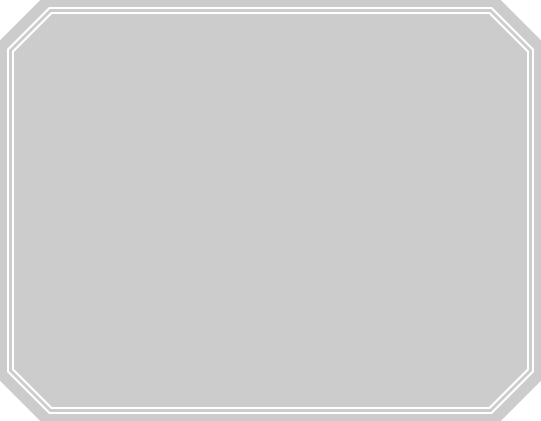
Above: Assets/LyrianContainer.png in Morrocker/LyrianChroniclesRoll20 (draw.io), before the change. Source tidied: cells renumbered, new cells last; positions are measured from the earlier drawing's top-left corner, leaving out a move shared by most shapes. The source it was exported from:
```xml
<mxGraphModel>
  <root>
    <mxCell id="0" />
    <mxCell id="1" parent="0" />
    <mxCell id="2" style="rhombus;whiteSpace=wrap;html=1;fillColor=light-dark(#FFFFFF,#CCCCCC);strokeColor=light-dark(#000000,#CCCCCC);" parent="1" vertex="1">
      <mxGeometry y="340" width="80" height="80" as="geometry" />
    </mxCell>
    <mxCell id="3" style="rhombus;whiteSpace=wrap;html=1;fillColor=light-dark(#FFFFFF,#CCCCCC);strokeColor=light-dark(#000000,#CCCCCC);" parent="1" vertex="1">
      <mxGeometry width="80" height="80" as="geometry" />
    </mxCell>
    <mxCell id="4" style="rhombus;whiteSpace=wrap;html=1;fillColor=light-dark(#FFFFFF,#CCCCCC);strokeColor=light-dark(#000000,#CCCCCC);" parent="1" vertex="1">
      <mxGeometry x="460" width="80" height="80" as="geometry" />
    </mxCell>
    <mxCell id="5" style="rounded=0;whiteSpace=wrap;html=1;fillColor=light-dark(#FFFFFF,#CCCCCC);strokeColor=light-dark(#000000,#CCCCCC);" parent="1" vertex="1">
      <mxGeometry y="40" width="540" height="340" as="geometry" />
    </mxCell>
    <mxCell id="6" style="rounded=0;whiteSpace=wrap;html=1;fillColor=light-dark(#FFFFFF,#CCCCCC);strokeColor=light-dark(#000000,#CCCCCC);" parent="1" vertex="1">
      <mxGeometry x="40" width="460" height="420" as="geometry" />
    </mxCell>
    <mxCell id="7" style="rhombus;whiteSpace=wrap;html=1;fillColor=light-dark(#FFFFFF,#CCCCCC);strokeColor=light-dark(#000000,#CCCCCC);" parent="1" vertex="1">
      <mxGeometry x="460" y="340" width="80" height="80" as="geometry" />
    </mxCell>
    <mxCell id="8" style="endArrow=none;html=1;rounded=0;shape=link;strokeWidth=2;" parent="1" edge="1">
      <mxGeometry relative="1" as="geometry">
        <mxPoint x="120" y="10" as="sourcePoint" />
        <mxPoint x="180" y="10" as="targetPoint" />
        <Array as="points">
          <mxPoint x="490" y="10" />
          <mxPoint x="530" y="50" />
          <mxPoint x="530" y="370" />
          <mxPoint x="490" y="410" />
          <mxPoint x="50" y="410" />
          <mxPoint x="10" y="370" />
          <mxPoint x="10" y="50" />
          <mxPoint x="50" y="10" />
        </Array>
      </mxGeometry>
    </mxCell>
  </root>
</mxGraphModel>
```
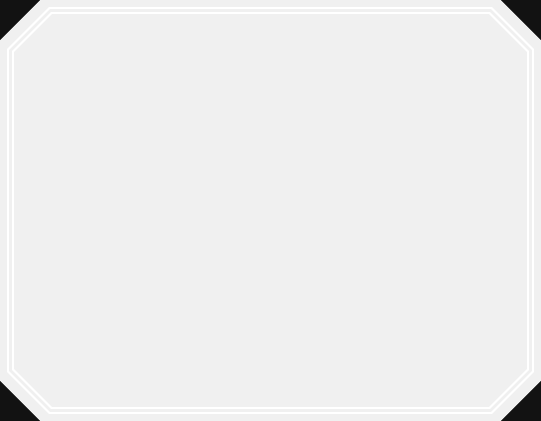
Later version of the same file.

The edit, as a diff of the source:
```diff
@@ -2,22 +2,22 @@
   <root>
     <mxCell id="0" />
     <mxCell id="1" parent="0" />
-    <mxCell id="2" style="rhombus;whiteSpace=wrap;html=1;fillColor=light-dark(#FFFFFF,#CCCCCC);strokeColor=light-dark(#000000,#CCCCCC);" parent="1" vertex="1">
+    <mxCell id="2" style="rhombus;whiteSpace=wrap;html=1;fillColor=light-dark(#FFFFFF,#F0F0F0);strokeColor=light-dark(#000000,#F0F0F0);" parent="1" vertex="1">
       <mxGeometry y="340" width="80" height="80" as="geometry" />
     </mxCell>
-    <mxCell id="3" style="rhombus;whiteSpace=wrap;html=1;fillColor=light-dark(#FFFFFF,#CCCCCC);strokeColor=light-dark(#000000,#CCCCCC);" parent="1" vertex="1">
+    <mxCell id="3" style="rhombus;whiteSpace=wrap;html=1;fillColor=light-dark(#FFFFFF,#F0F0F0);strokeColor=light-dark(#000000,#F0F0F0);" parent="1" vertex="1">
       <mxGeometry width="80" height="80" as="geometry" />
     </mxCell>
-    <mxCell id="4" style="rhombus;whiteSpace=wrap;html=1;fillColor=light-dark(#FFFFFF,#CCCCCC);strokeColor=light-dark(#000000,#CCCCCC);" parent="1" vertex="1">
+    <mxCell id="4" style="rhombus;whiteSpace=wrap;html=1;fillColor=light-dark(#FFFFFF,#F0F0F0);strokeColor=light-dark(#000000,#F0F0F0);" parent="1" vertex="1">
       <mxGeometry x="460" width="80" height="80" as="geometry" />
     </mxCell>
-    <mxCell id="5" style="rounded=0;whiteSpace=wrap;html=1;fillColor=light-dark(#FFFFFF,#CCCCCC);strokeColor=light-dark(#000000,#CCCCCC);" parent="1" vertex="1">
+    <mxCell id="5" style="rounded=0;whiteSpace=wrap;html=1;fillColor=light-dark(#FFFFFF,#F0F0F0);strokeColor=light-dark(#000000,#F0F0F0);" parent="1" vertex="1">
       <mxGeometry y="40" width="540" height="340" as="geometry" />
     </mxCell>
-    <mxCell id="6" style="rounded=0;whiteSpace=wrap;html=1;fillColor=light-dark(#FFFFFF,#CCCCCC);strokeColor=light-dark(#000000,#CCCCCC);" parent="1" vertex="1">
+    <mxCell id="6" style="rounded=0;whiteSpace=wrap;html=1;fillColor=light-dark(#FFFFFF,#F0F0F0);strokeColor=light-dark(#000000,#F0F0F0);" parent="1" vertex="1">
       <mxGeometry x="40" width="460" height="420" as="geometry" />
     </mxCell>
-    <mxCell id="7" style="rhombus;whiteSpace=wrap;html=1;fillColor=light-dark(#FFFFFF,#CCCCCC);strokeColor=light-dark(#000000,#CCCCCC);" parent="1" vertex="1">
+    <mxCell id="7" style="rhombus;whiteSpace=wrap;html=1;fillColor=light-dark(#FFFFFF,#F0F0F0);strokeColor=light-dark(#000000,#F0F0F0);" parent="1" vertex="1">
       <mxGeometry x="460" y="340" width="80" height="80" as="geometry" />
     </mxCell>
     <mxCell id="8" style="endArrow=none;html=1;rounded=0;shape=link;strokeWidth=2;" parent="1" edge="1">
```
